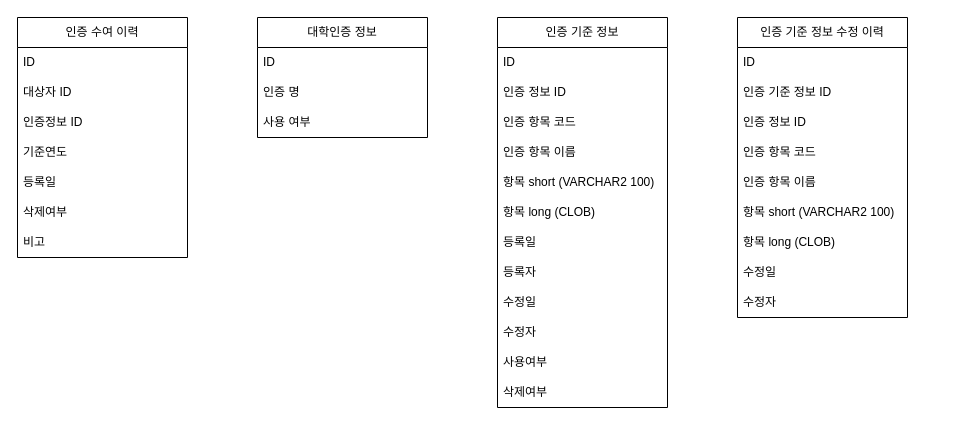
The draw.io diagram page "대학인증 공통" (1 of 4) of Table Structure.drawio in HAR00N/draw.io, before the edit. Source tidied: cells renumbered, new cells numbered last; positions are measured from the earlier drawing's top-left corner, leaving out a move shared by most shapes. Both pictures are drawn from the tidied source at 100%, with x=0, y=0 at pixel (17, 17).
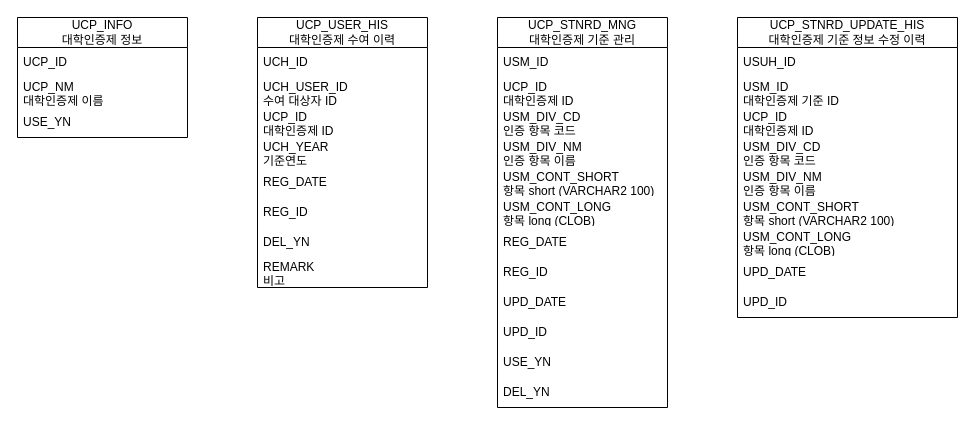
After the change.

Change to the diagram source:
```diff
@@
-    <mxCell id="2" value="인증 수여 이력&lt;div&gt;&lt;/div&gt;" style="swimlane;fontStyle=0;horizontal=1;startSize=30;whiteSpace=wrap;html=1;" parent="1" vertex="1">
-      <mxGeometry width="170" height="240" as="geometry" />
+    <mxCell id="2" value="&lt;div&gt;UCP_USER_HIS&lt;/div&gt;대학인증제 수여 이력&lt;div&gt;&lt;/div&gt;" style="swimlane;fontStyle=0;horizontal=1;startSize=30;whiteSpace=wrap;html=1;" parent="1" vertex="1">
+      <mxGeometry x="240" width="170" height="270" as="geometry" />
     </mxCell>
-    <mxCell id="3" value="ID" style="text;strokeColor=none;fillColor=none;align=left;verticalAlign=middle;spacingLeft=4;spacingRight=4;overflow=hidden;whiteSpace=wrap;html=1;" parent="2" vertex="1">
+    <mxCell id="3" value="UCH_ID" style="text;strokeColor=none;fillColor=none;align=left;verticalAlign=middle;spacingLeft=4;spacingRight=4;overflow=hidden;whiteSpace=wrap;html=1;" parent="2" vertex="1">
       <mxGeometry y="30" width="170" height="30" as="geometry" />
     </mxCell>
-    <mxCell id="4" value="대상자 ID" style="text;strokeColor=none;fillColor=none;align=left;verticalAlign=middle;spacingLeft=4;spacingRight=4;overflow=hidden;whiteSpace=wrap;html=1;" parent="2" vertex="1">
+    <mxCell id="4" value="&lt;div&gt;UCH_USER_ID&lt;/div&gt;수여&amp;nbsp;&lt;span style=&quot;background-color: initial;&quot;&gt;대상자 ID&lt;/span&gt;" style="text;strokeColor=none;fillColor=none;align=left;verticalAlign=middle;spacingLeft=4;spacingRight=4;overflow=hidden;whiteSpace=wrap;html=1;" parent="2" vertex="1">
       <mxGeometry y="60" width="170" height="30" as="geometry" />
     </mxCell>
-    <mxCell id="5" value="인증정보 ID" style="text;strokeColor=none;fillColor=none;align=left;verticalAlign=middle;spacingLeft=4;spacingRight=4;overflow=hidden;whiteSpace=wrap;html=1;" parent="2" vertex="1">
+    <mxCell id="5" value="UCP_ID&lt;div&gt;대학인증제 ID&lt;/div&gt;" style="text;strokeColor=none;fillColor=none;align=left;verticalAlign=middle;spacingLeft=4;spacingRight=4;overflow=hidden;whiteSpace=wrap;html=1;" parent="2" vertex="1">
       <mxGeometry y="90" width="170" height="30" as="geometry" />
     </mxCell>
-    <mxCell id="6" value="기준연도" style="text;strokeColor=none;fillColor=none;align=left;verticalAlign=middle;spacingLeft=4;spacingRight=4;overflow=hidden;whiteSpace=wrap;html=1;" parent="2" vertex="1">
+    <mxCell id="6" value="&lt;div&gt;UCH_YEAR&lt;/div&gt;기준연도" style="text;strokeColor=none;fillColor=none;align=left;verticalAlign=middle;spacingLeft=4;spacingRight=4;overflow=hidden;whiteSpace=wrap;html=1;" parent="2" vertex="1">
       <mxGeometry y="120" width="170" height="30" as="geometry" />
     </mxCell>
-    <mxCell id="7" value="등록일" style="text;strokeColor=none;fillColor=none;align=left;verticalAlign=middle;spacingLeft=4;spacingRight=4;overflow=hidden;whiteSpace=wrap;html=1;" parent="2" vertex="1">
+    <mxCell id="7" value="REG_DATE" style="text;strokeColor=none;fillColor=none;align=left;verticalAlign=middle;spacingLeft=4;spacingRight=4;overflow=hidden;whiteSpace=wrap;html=1;" parent="2" vertex="1">
       <mxGeometry y="150" width="170" height="30" as="geometry" />
     </mxCell>
+    <mxCell id="37" value="REG_ID" style="text;strokeColor=none;fillColor=none;align=left;verticalAlign=middle;spacingLeft=4;spacingRight=4;overflow=hidden;whiteSpace=wrap;html=1;" parent="2" vertex="1">
+      <mxGeometry y="180" width="170" height="30" as="geometry" />
+    </mxCell>
-    <mxCell id="8" value="삭제여부" style="text;strokeColor=none;fillColor=none;align=left;verticalAlign=middle;spacingLeft=4;spacingRight=4;overflow=hidden;whiteSpace=wrap;html=1;" parent="2" vertex="1">
-      <mxGeometry y="180" width="170" height="30" as="geometry" />
+    <mxCell id="8" value="&lt;div&gt;DEL_YN&lt;/div&gt;" style="text;strokeColor=none;fillColor=none;align=left;verticalAlign=middle;spacingLeft=4;spacingRight=4;overflow=hidden;whiteSpace=wrap;html=1;" parent="2" vertex="1">
+      <mxGeometry y="210" width="170" height="30" as="geometry" />
     </mxCell>
-    <mxCell id="9" value="비고" style="text;strokeColor=none;fillColor=none;align=left;verticalAlign=middle;spacingLeft=4;spacingRight=4;overflow=hidden;whiteSpace=wrap;html=1;" parent="2" vertex="1">
-      <mxGeometry y="210" width="170" height="30" as="geometry" />
+    <mxCell id="9" value="&lt;div&gt;REMARK&lt;/div&gt;비고" style="text;strokeColor=none;fillColor=none;align=left;verticalAlign=middle;spacingLeft=4;spacingRight=4;overflow=hidden;whiteSpace=wrap;html=1;" parent="2" vertex="1">
+      <mxGeometry y="240" width="170" height="30" as="geometry" />
     </mxCell>
-    <mxCell id="10" value="대학인증 정보&lt;div&gt;&lt;/div&gt;" style="swimlane;fontStyle=0;horizontal=1;startSize=30;whiteSpace=wrap;html=1;" parent="1" vertex="1">
-      <mxGeometry x="240" width="170" height="120" as="geometry" />
+    <mxCell id="10" value="&lt;div&gt;UCP_INFO&lt;/div&gt;대학인증제 정보&lt;div&gt;&lt;/div&gt;" style="swimlane;fontStyle=0;horizontal=1;startSize=30;whiteSpace=wrap;html=1;" parent="1" vertex="1">
+      <mxGeometry width="170" height="120" as="geometry" />
     </mxCell>
-    <mxCell id="11" value="ID" style="text;strokeColor=none;fillColor=none;align=left;verticalAlign=middle;spacingLeft=4;spacingRight=4;overflow=hidden;whiteSpace=wrap;html=1;" parent="10" vertex="1">
+    <mxCell id="11" value="UCP_ID" style="text;strokeColor=none;fillColor=none;align=left;verticalAlign=middle;spacingLeft=4;spacingRight=4;overflow=hidden;whiteSpace=wrap;html=1;" parent="10" vertex="1">
       <mxGeometry y="30" width="170" height="30" as="geometry" />
     </mxCell>
-    <mxCell id="12" value="인증 명" style="text;strokeColor=none;fillColor=none;align=left;verticalAlign=middle;spacingLeft=4;spacingRight=4;overflow=hidden;whiteSpace=wrap;html=1;" parent="10" vertex="1">
+    <mxCell id="12" value="UCP_NM&lt;div&gt;대학인증제 이름&lt;/div&gt;" style="text;strokeColor=none;fillColor=none;align=left;verticalAlign=middle;spacingLeft=4;spacingRight=4;overflow=hidden;whiteSpace=wrap;html=1;" parent="10" vertex="1">
       <mxGeometry y="60" width="170" height="30" as="geometry" />
     </mxCell>
-    <mxCell id="13" value="사용 여부" style="text;strokeColor=none;fillColor=none;align=left;verticalAlign=middle;spacingLeft=4;spacingRight=4;overflow=hidden;whiteSpace=wrap;html=1;" parent="10" vertex="1">
+    <mxCell id="13" value="USE_YN" style="text;strokeColor=none;fillColor=none;align=left;verticalAlign=middle;spacingLeft=4;spacingRight=4;overflow=hidden;whiteSpace=wrap;html=1;" parent="10" vertex="1">
       <mxGeometry y="90" width="170" height="30" as="geometry" />
     </mxCell>
-    <mxCell id="14" value="인증 기준 정보" style="swimlane;fontStyle=0;horizontal=1;startSize=30;whiteSpace=wrap;html=1;" parent="1" vertex="1">
+    <mxCell id="14" value="&lt;div&gt;UCP_STNRD_MNG&lt;/div&gt;대학인증제 기준 관리" style="swimlane;fontStyle=0;horizontal=1;startSize=30;whiteSpace=wrap;html=1;" parent="1" vertex="1">
       <mxGeometry x="480" width="170" height="390" as="geometry" />
     </mxCell>
-    <mxCell id="15" value="ID" style="text;strokeColor=none;fillColor=none;align=left;verticalAlign=middle;spacingLeft=4;spacingRight=4;overflow=hidden;whiteSpace=wrap;html=1;" parent="14" vertex="1">
+    <mxCell id="15" value="USM_ID" style="text;strokeColor=none;fillColor=none;align=left;verticalAlign=middle;spacingLeft=4;spacingRight=4;overflow=hidden;whiteSpace=wrap;html=1;" parent="14" vertex="1">
       <mxGeometry y="30" width="170" height="30" as="geometry" />
     </mxCell>
-    <mxCell id="16" value="인증 정보 ID" style="text;strokeColor=none;fillColor=none;align=left;verticalAlign=middle;spacingLeft=4;spacingRight=4;overflow=hidden;whiteSpace=wrap;html=1;" parent="14" vertex="1">
+    <mxCell id="16" value="UCP_ID&lt;div&gt;대학인증제 ID&lt;/div&gt;" style="text;strokeColor=none;fillColor=none;align=left;verticalAlign=middle;spacingLeft=4;spacingRight=4;overflow=hidden;whiteSpace=wrap;html=1;" parent="14" vertex="1">
       <mxGeometry y="60" width="170" height="30" as="geometry" />
     </mxCell>
-    <mxCell id="17" value="인증 항목 코드" style="text;strokeColor=none;fillColor=none;align=left;verticalAlign=middle;spacingLeft=4;spacingRight=4;overflow=hidden;whiteSpace=wrap;html=1;" parent="14" vertex="1">
+    <mxCell id="17" value="USM_DIV_CD&lt;br&gt;인증 항목 코드" style="text;strokeColor=none;fillColor=none;align=left;verticalAlign=middle;spacingLeft=4;spacingRight=4;overflow=hidden;whiteSpace=wrap;html=1;" parent="14" vertex="1">
       <mxGeometry y="90" width="170" height="30" as="geometry" />
     </mxCell>
-    <mxCell id="18" value="인증 항목 이름" style="text;strokeColor=none;fillColor=none;align=left;verticalAlign=middle;spacingLeft=4;spacingRight=4;overflow=hidden;whiteSpace=wrap;html=1;" parent="14" vertex="1">
+    <mxCell id="18" value="&lt;div&gt;USM_DIV_NM&lt;br&gt;&lt;/div&gt;인증 항목 이름" style="text;strokeColor=none;fillColor=none;align=left;verticalAlign=middle;spacingLeft=4;spacingRight=4;overflow=hidden;whiteSpace=wrap;html=1;" parent="14" vertex="1">
       <mxGeometry y="120" width="170" height="30" as="geometry" />
     </mxCell>
-    <mxCell id="19" value="항목 short (VARCHAR2 100)" style="text;strokeColor=none;fillColor=none;align=left;verticalAlign=middle;spacingLeft=4;spacingRight=4;overflow=hidden;whiteSpace=wrap;html=1;" parent="14" vertex="1">
+    <mxCell id="19" value="&lt;div&gt;USM_CONT_SHORT&lt;br&gt;&lt;/div&gt;항목 short (VARCHAR2 100)" style="text;strokeColor=none;fillColor=none;align=left;verticalAlign=middle;spacingLeft=4;spacingRight=4;overflow=hidden;whiteSpace=wrap;html=1;" parent="14" vertex="1">
       <mxGeometry y="150" width="170" height="30" as="geometry" />
     </mxCell>
-    <mxCell id="20" value="항목 long (CLOB)" style="text;strokeColor=none;fillColor=none;align=left;verticalAlign=middle;spacingLeft=4;spacingRight=4;overflow=hidden;whiteSpace=wrap;html=1;" parent="14" vertex="1">
+    <mxCell id="20" value="&lt;div&gt;USM_CONT_LONG&lt;br&gt;&lt;/div&gt;항목 long (CLOB)" style="text;strokeColor=none;fillColor=none;align=left;verticalAlign=middle;spacingLeft=4;spacingRight=4;overflow=hidden;whiteSpace=wrap;html=1;" parent="14" vertex="1">
       <mxGeometry y="180" width="170" height="30" as="geometry" />
     </mxCell>
-    <mxCell id="21" value="등록일" style="text;strokeColor=none;fillColor=none;align=left;verticalAlign=middle;spacingLeft=4;spacingRight=4;overflow=hidden;whiteSpace=wrap;html=1;" parent="14" vertex="1">
+    <mxCell id="21" value="REG_DATE" style="text;strokeColor=none;fillColor=none;align=left;verticalAlign=middle;spacingLeft=4;spacingRight=4;overflow=hidden;whiteSpace=wrap;html=1;" parent="14" vertex="1">
       <mxGeometry y="210" width="170" height="30" as="geometry" />
     </mxCell>
-    <mxCell id="22" value="등록자" style="text;strokeColor=none;fillColor=none;align=left;verticalAlign=middle;spacingLeft=4;spacingRight=4;overflow=hidden;whiteSpace=wrap;html=1;" parent="14" vertex="1">
+    <mxCell id="22" value="REG_ID" style="text;strokeColor=none;fillColor=none;align=left;verticalAlign=middle;spacingLeft=4;spacingRight=4;overflow=hidden;whiteSpace=wrap;html=1;" parent="14" vertex="1">
       <mxGeometry y="240" width="170" height="30" as="geometry" />
     </mxCell>
-    <mxCell id="23" value="수정일" style="text;strokeColor=none;fillColor=none;align=left;verticalAlign=middle;spacingLeft=4;spacingRight=4;overflow=hidden;whiteSpace=wrap;html=1;" parent="14" vertex="1">
+    <mxCell id="23" value="UPD_DATE" style="text;strokeColor=none;fillColor=none;align=left;verticalAlign=middle;spacingLeft=4;spacingRight=4;overflow=hidden;whiteSpace=wrap;html=1;" parent="14" vertex="1">
       <mxGeometry y="270" width="170" height="30" as="geometry" />
     </mxCell>
-    <mxCell id="24" value="수정자" style="text;strokeColor=none;fillColor=none;align=left;verticalAlign=middle;spacingLeft=4;spacingRight=4;overflow=hidden;whiteSpace=wrap;html=1;" parent="14" vertex="1">
+    <mxCell id="24" value="UPD_ID" style="text;strokeColor=none;fillColor=none;align=left;verticalAlign=middle;spacingLeft=4;spacingRight=4;overflow=hidden;whiteSpace=wrap;html=1;" parent="14" vertex="1">
       <mxGeometry y="300" width="170" height="30" as="geometry" />
     </mxCell>
-    <mxCell id="25" value="사용여부" style="text;strokeColor=none;fillColor=none;align=left;verticalAlign=middle;spacingLeft=4;spacingRight=4;overflow=hidden;whiteSpace=wrap;html=1;" parent="14" vertex="1">
+    <mxCell id="25" value="USE_YN" style="text;strokeColor=none;fillColor=none;align=left;verticalAlign=middle;spacingLeft=4;spacingRight=4;overflow=hidden;whiteSpace=wrap;html=1;" parent="14" vertex="1">
       <mxGeometry y="330" width="170" height="30" as="geometry" />
     </mxCell>
-    <mxCell id="26" value="삭제여부" style="text;strokeColor=none;fillColor=none;align=left;verticalAlign=middle;spacingLeft=4;spacingRight=4;overflow=hidden;whiteSpace=wrap;html=1;" parent="14" vertex="1">
+    <mxCell id="26" value="DEL_YN" style="text;strokeColor=none;fillColor=none;align=left;verticalAlign=middle;spacingLeft=4;spacingRight=4;overflow=hidden;whiteSpace=wrap;html=1;" parent="14" vertex="1">
       <mxGeometry y="360" width="170" height="30" as="geometry" />
     </mxCell>
-    <mxCell id="27" value="인증 기준 정보 수정 이력" style="swimlane;fontStyle=0;horizontal=1;startSize=30;whiteSpace=wrap;html=1;" parent="1" vertex="1">
-      <mxGeometry x="720" width="170" height="300" as="geometry" />
+    <mxCell id="27" value="&lt;div&gt;UCP_STNRD_UPDATE_HIS&lt;/div&gt;대학인증제 기준 정보 수정 이력" style="swimlane;fontStyle=0;horizontal=1;startSize=30;whiteSpace=wrap;html=1;" parent="1" vertex="1">
+      <mxGeometry x="720" width="220" height="300" as="geometry" />
     </mxCell>
-    <mxCell id="28" value="ID" style="text;strokeColor=none;fillColor=none;align=left;verticalAlign=middle;spacingLeft=4;spacingRight=4;overflow=hidden;whiteSpace=wrap;html=1;" parent="27" vertex="1">
-      <mxGeometry y="30" width="170" height="30" as="geometry" />
+    <mxCell id="28" value="USUH_ID" style="text;strokeColor=none;fillColor=none;align=left;verticalAlign=middle;spacingLeft=4;spacingRight=4;overflow=hidden;whiteSpace=wrap;html=1;" parent="27" vertex="1">
+      <mxGeometry y="30" width="220" height="30" as="geometry" />
     </mxCell>
-    <mxCell id="29" value="인증 기준 정보 ID" style="text;strokeColor=none;fillColor=none;align=left;verticalAlign=middle;spacingLeft=4;spacingRight=4;overflow=hidden;whiteSpace=wrap;html=1;" parent="27" vertex="1">
-      <mxGeometry y="60" width="170" height="30" as="geometry" />
+    <mxCell id="29" value="USM_ID&lt;br&gt;대학인증제 기준 ID" style="text;strokeColor=none;fillColor=none;align=left;verticalAlign=middle;spacingLeft=4;spacingRight=4;overflow=hidden;whiteSpace=wrap;html=1;" parent="27" vertex="1">
+      <mxGeometry y="60" width="220" height="30" as="geometry" />
     </mxCell>
-    <mxCell id="30" value="인증 정보 ID" style="text;strokeColor=none;fillColor=none;align=left;verticalAlign=middle;spacingLeft=4;spacingRight=4;overflow=hidden;whiteSpace=wrap;html=1;" parent="27" vertex="1">
-      <mxGeometry y="90" width="170" height="30" as="geometry" />
+    <mxCell id="30" value="UCP_ID&lt;div&gt;대학인증제 ID&lt;/div&gt;" style="text;strokeColor=none;fillColor=none;align=left;verticalAlign=middle;spacingLeft=4;spacingRight=4;overflow=hidden;whiteSpace=wrap;html=1;" parent="27" vertex="1">
+      <mxGeometry y="90" width="220" height="30" as="geometry" />
     </mxCell>
-    <mxCell id="31" value="인증 항목 코드" style="text;strokeColor=none;fillColor=none;align=left;verticalAlign=middle;spacingLeft=4;spacingRight=4;overflow=hidden;whiteSpace=wrap;html=1;" parent="27" vertex="1">
-      <mxGeometry y="120" width="170" height="30" as="geometry" />
+    <mxCell id="31" value="USM_DIV_CD&lt;br&gt;인증 항목 코드" style="text;strokeColor=none;fillColor=none;align=left;verticalAlign=middle;spacingLeft=4;spacingRight=4;overflow=hidden;whiteSpace=wrap;html=1;" parent="27" vertex="1">
+      <mxGeometry y="120" width="220" height="30" as="geometry" />
     </mxCell>
-    <mxCell id="32" value="인증 항목 이름" style="text;strokeColor=none;fillColor=none;align=left;verticalAlign=middle;spacingLeft=4;spacingRight=4;overflow=hidden;whiteSpace=wrap;html=1;" parent="27" vertex="1">
-      <mxGeometry y="150" width="170" height="30" as="geometry" />
+    <mxCell id="32" value="&lt;div&gt;USM_DIV_NM&lt;br&gt;&lt;/div&gt;인증 항목 이름" style="text;strokeColor=none;fillColor=none;align=left;verticalAlign=middle;spacingLeft=4;spacingRight=4;overflow=hidden;whiteSpace=wrap;html=1;" parent="27" vertex="1">
+      <mxGeometry y="150" width="220" height="30" as="geometry" />
     </mxCell>
-    <mxCell id="33" value="항목 short (VARCHAR2 100)" style="text;strokeColor=none;fillColor=none;align=left;verticalAlign=middle;spacingLeft=4;spacingRight=4;overflow=hidden;whiteSpace=wrap;html=1;" parent="27" vertex="1">
-      <mxGeometry y="180" width="170" height="30" as="geometry" />
+    <mxCell id="33" value="&lt;div&gt;USM_CONT_SHORT&lt;br&gt;&lt;/div&gt;항목 short (VARCHAR2 100)" style="text;strokeColor=none;fillColor=none;align=left;verticalAlign=middle;spacingLeft=4;spacingRight=4;overflow=hidden;whiteSpace=wrap;html=1;" parent="27" vertex="1">
+      <mxGeometry y="180" width="220" height="30" as="geometry" />
     </mxCell>
-    <mxCell id="34" value="항목 long (CLOB)" style="text;strokeColor=none;fillColor=none;align=left;verticalAlign=middle;spacingLeft=4;spacingRight=4;overflow=hidden;whiteSpace=wrap;html=1;" parent="27" vertex="1">
-      <mxGeometry y="210" width="170" height="30" as="geometry" />
+    <mxCell id="34" value="&lt;div&gt;USM_CONT_LONG&lt;br&gt;&lt;/div&gt;항목 long (CLOB)" style="text;strokeColor=none;fillColor=none;align=left;verticalAlign=middle;spacingLeft=4;spacingRight=4;overflow=hidden;whiteSpace=wrap;html=1;" parent="27" vertex="1">
+      <mxGeometry y="210" width="220" height="30" as="geometry" />
     </mxCell>
-    <mxCell id="35" value="수정일" style="text;strokeColor=none;fillColor=none;align=left;verticalAlign=middle;spacingLeft=4;spacingRight=4;overflow=hidden;whiteSpace=wrap;html=1;" parent="27" vertex="1">
-      <mxGeometry y="240" width="170" height="30" as="geometry" />
+    <mxCell id="35" value="UPD_DATE" style="text;strokeColor=none;fillColor=none;align=left;verticalAlign=middle;spacingLeft=4;spacingRight=4;overflow=hidden;whiteSpace=wrap;html=1;" parent="27" vertex="1">
+      <mxGeometry y="240" width="220" height="30" as="geometry" />
     </mxCell>
-    <mxCell id="36" value="수정자" style="text;strokeColor=none;fillColor=none;align=left;verticalAlign=middle;spacingLeft=4;spacingRight=4;overflow=hidden;whiteSpace=wrap;html=1;" parent="27" vertex="1">
-      <mxGeometry y="270" width="170" height="30" as="geometry" />
+    <mxCell id="36" value="UPD_ID" style="text;strokeColor=none;fillColor=none;align=left;verticalAlign=middle;spacingLeft=4;spacingRight=4;overflow=hidden;whiteSpace=wrap;html=1;" parent="27" vertex="1">
+      <mxGeometry y="270" width="220" height="30" as="geometry" />
     </mxCell>
```
